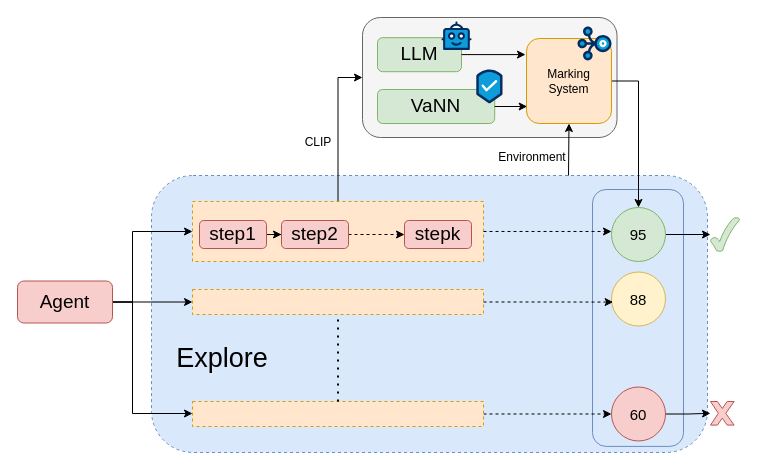
The draw.io diagram EE.drawio in ZYNsama666/BackUp, before the edit. Source tidied: cells renumbered, new cells numbered last; positions are measured from the earlier drawing's top-left corner, leaving out a move shared by most shapes. Both pictures are drawn from the tidied source at 100%, with x=0, y=0 at pixel (17, 17).
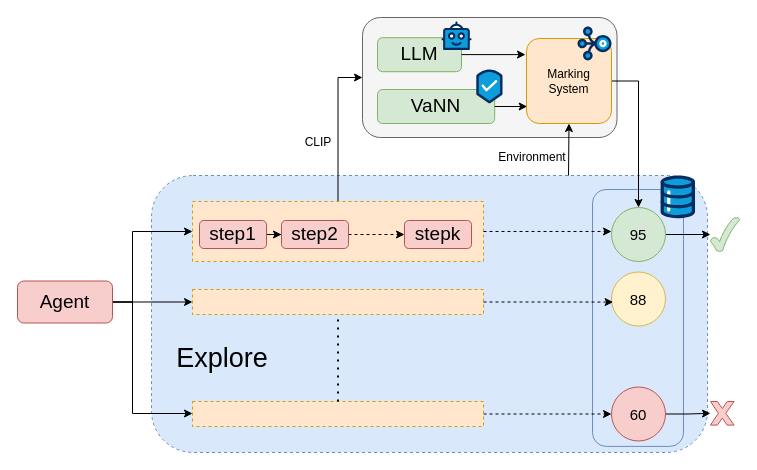
The same diagram, later.

Diff of the diagram source:
```diff
@@
+    <mxCell id="42" style="verticalLabelPosition=bottom;html=1;shape=mxgraph.salesforce.data;fillColorStyles=fillColor2,fillColor3,fillColor4;fillColor2=#032d60;fillColor3=#0d9dda;fillColor4=#ffffff;fillColor=none;strokeColor=none;" parent="1" vertex="1">
+      <mxGeometry x="643" y="158" width="34.6" height="42.7" as="geometry" />
+    </mxCell>
```
